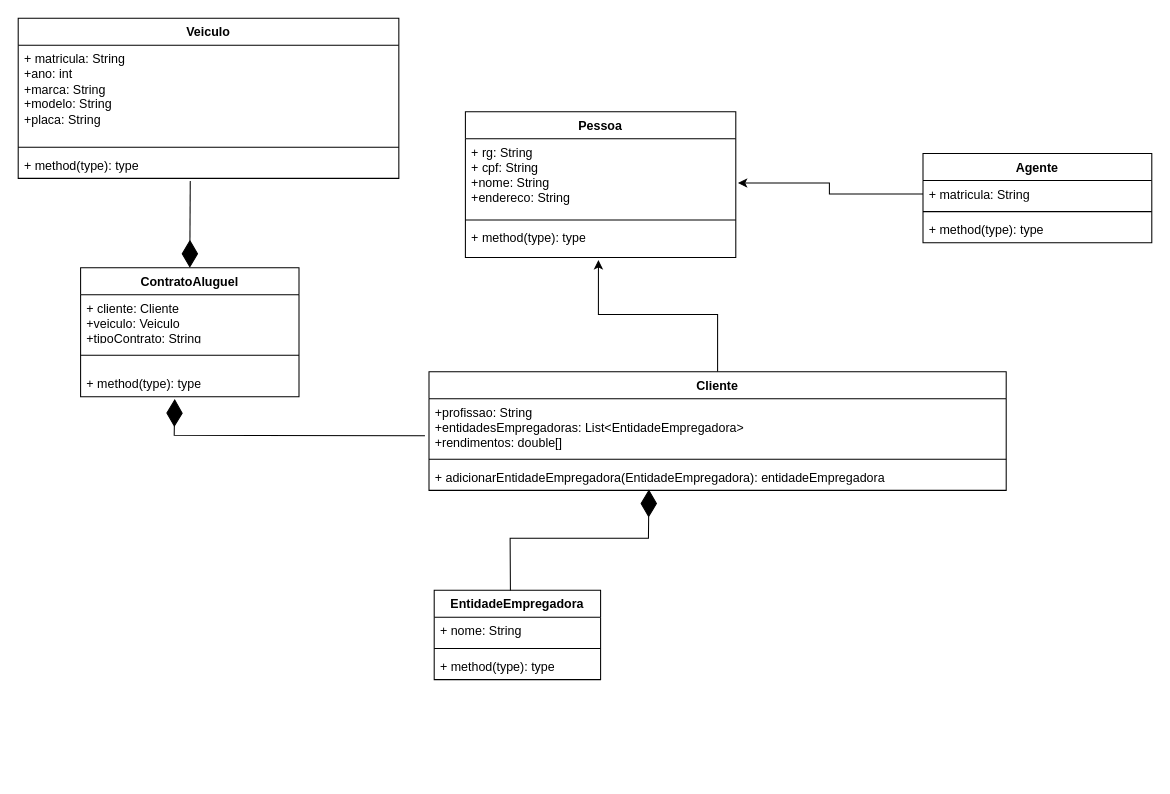
samuelincoln1/LDS-lab02 keeps this draw.io diagram as projeto/diagrama_classes.drawio. Above is the earlier version. Source tidied: cells renumbered, new cells numbered last; positions are measured from the earlier drawing's top-left corner, leaving out a move shared by most shapes. Both pictures are drawn from the tidied source at 104%, with x=0, y=0 at pixel (18, 18).
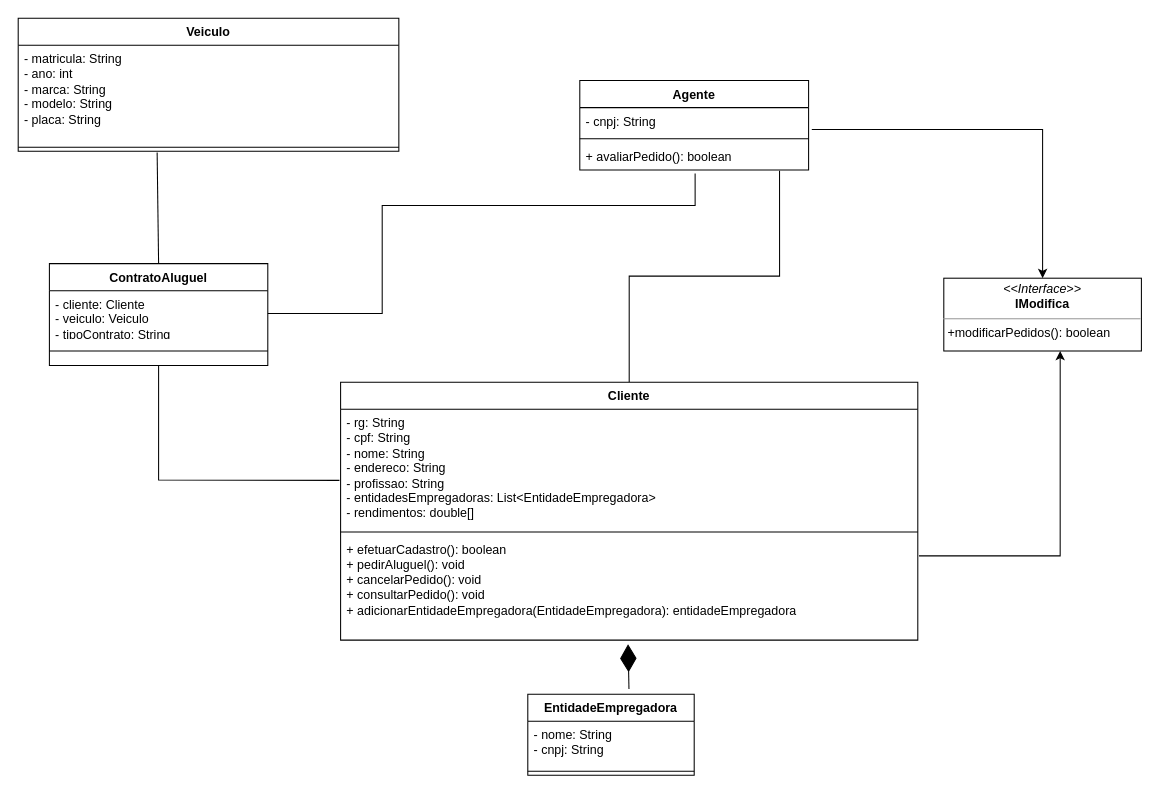
The same diagram, later.

Unchanged cells that the change refers to:
```xml
<mxCell id="23" style="line;strokeWidth=1;fillColor=none;align=left;verticalAlign=middle;spacingTop=-1;spacingLeft=3;spacingRight=3;labelPosition=right;points=[];portConstraint=eastwest;strokeColor=inherit;" parent="21" vertex="1">
  <mxGeometry y="120" width="366" height="8" as="geometry" />
</mxCell>
```

The edit, as a diff of the source:
```diff
@@
-    <mxCell id="2" value="Pessoa" style="swimlane;fontStyle=1;align=center;verticalAlign=top;horizontal=1;startSize=26;whiteSpace=wrap;html=1;" parent="1" vertex="1">
-      <mxGeometry x="430" y="90" width="260" height="140" as="geometry" />
-    </mxCell>
-    <mxCell id="3" value="+ rg: String&lt;br&gt;+ cpf: String&lt;br&gt;+nome: String&lt;br&gt;+endereco: String" style="text;strokeColor=none;fillColor=none;align=left;verticalAlign=top;spacingLeft=4;spacingRight=4;overflow=hidden;points=[[0,0.5],[1,0.5]];portConstraint=eastwest;whiteSpace=wrap;html=1;" parent="2" vertex="1">
-      <mxGeometry y="26" width="260" height="74" as="geometry" />
-    </mxCell>
-    <mxCell id="4" style="line;strokeWidth=1;fillColor=none;align=left;verticalAlign=middle;spacingTop=-1;spacingLeft=3;spacingRight=3;labelPosition=right;strokeColor=inherit;" parent="2" vertex="1">
-      <mxGeometry y="100" width="260" height="8" as="geometry" />
-    </mxCell>
-    <mxCell id="5" value="+ method(type): type" style="text;strokeColor=none;fillColor=none;align=left;verticalAlign=top;spacingLeft=4;spacingRight=4;overflow=hidden;points=[[0,0.5],[1,0.5]];portConstraint=eastwest;whiteSpace=wrap;html=1;" parent="2" vertex="1">
-      <mxGeometry y="108" width="260" height="32" as="geometry" />
-    </mxCell>
-    <mxCell id="6" style="edgeStyle=orthogonalEdgeStyle;rounded=0;jettySize=auto;html=1;entryX=0.492;entryY=1.08;entryDx=0;entryDy=0;entryPerimeter=0;" parent="1" edge="1" source="7" target="5">
+    <mxCell id="6" style="edgeStyle=orthogonalEdgeStyle;rounded=0;jettySize=auto;html=1;entryX=0.589;entryY=1;entryDx=0;entryDy=0;exitX=1.002;exitY=0.19;exitDx=0;exitDy=0;exitPerimeter=0;entryPerimeter=0;" parent="1" edge="1" source="10" target="33">
       <mxGeometry relative="1" as="geometry">
         <Array as="points">
-          <mxPoint x="672" y="285" />
-          <mxPoint x="558" y="285" />
+          <mxPoint x="1002" y="517" />
         </Array>
       </mxGeometry>
     </mxCell>
+    <mxCell id="31" style="edgeStyle=orthogonalEdgeStyle;rounded=0;jettySize=auto;html=1;entryX=0.873;entryY=1.027;entryDx=0;entryDy=0;entryPerimeter=0;endArrow=none;endFill=0;endSize=16;" parent="1" edge="1" source="7" target="14">
+      <mxGeometry relative="1" as="geometry" />
+    </mxCell>
     <mxCell id="7" value="Cliente" style="swimlane;fontStyle=1;align=center;verticalAlign=top;horizontal=1;startSize=26;whiteSpace=wrap;html=1;" parent="1" vertex="1">
-      <mxGeometry x="395" y="340" width="555" height="114" as="geometry" />
+      <mxGeometry x="310" y="350" width="555" height="248" as="geometry" />
     </mxCell>
-    <mxCell id="8" value="+profissao: String&lt;br&gt;+entidadesEmpregadoras: List&amp;lt;EntidadeEmpregadora&amp;gt;&lt;br&gt;+rendimentos: double[]" style="text;strokeColor=none;fillColor=none;align=left;verticalAlign=top;spacingLeft=4;spacingRight=4;overflow=hidden;points=[[0,0.5],[1,0.5]];portConstraint=eastwest;whiteSpace=wrap;html=1;" parent="7" vertex="1">
-      <mxGeometry y="26" width="555" height="54" as="geometry" />
+    <mxCell id="8" value="- rg: String&lt;br style=&quot;border-color: var(--border-color);&quot;&gt;- cpf: String&lt;br style=&quot;border-color: var(--border-color);&quot;&gt;- nome: String&lt;br style=&quot;border-color: var(--border-color);&quot;&gt;- endereco: String&lt;br&gt;- profissao: String&lt;br&gt;- entidadesEmpregadoras: List&amp;lt;EntidadeEmpregadora&amp;gt;&lt;br&gt;- rendimentos: double[]" style="text;strokeColor=none;fillColor=none;align=left;verticalAlign=top;spacingLeft=4;spacingRight=4;overflow=hidden;points=[[0,0.5],[1,0.5]];portConstraint=eastwest;whiteSpace=wrap;html=1;" parent="7" vertex="1">
+      <mxGeometry y="26" width="555" height="114" as="geometry" />
     </mxCell>
     <mxCell id="9" style="line;strokeWidth=1;fillColor=none;align=left;verticalAlign=middle;spacingTop=-1;spacingLeft=3;spacingRight=3;labelPosition=right;strokeColor=inherit;" parent="7" vertex="1">
-      <mxGeometry y="80" width="555" height="8" as="geometry" />
+      <mxGeometry y="140" width="555" height="8" as="geometry" />
     </mxCell>
-    <mxCell id="10" value="+ adicionarEntidadeEmpregadora(EntidadeEmpregadora): entidadeEmpregadora" style="text;strokeColor=none;fillColor=none;align=left;verticalAlign=top;spacingLeft=4;spacingRight=4;overflow=hidden;points=[[0,0.5],[1,0.5]];portConstraint=eastwest;whiteSpace=wrap;html=1;" parent="7" vertex="1">
-      <mxGeometry y="88" width="555" height="26" as="geometry" />
+    <mxCell id="10" value="+ efetuarCadastro(): boolean&lt;br&gt;+ pedirAluguel(): void&lt;br&gt;+ cancelarPedido(): void&lt;br&gt;+ consultarPedido(): void&lt;br&gt;+ adicionarEntidadeEmpregadora(EntidadeEmpregadora): entidadeEmpregadora" style="text;strokeColor=none;fillColor=none;align=left;verticalAlign=top;spacingLeft=4;spacingRight=4;overflow=hidden;points=[[0,0.5],[1,0.5]];portConstraint=eastwest;whiteSpace=wrap;html=1;" parent="7" vertex="1">
+      <mxGeometry y="148" width="555" height="100" as="geometry" />
     </mxCell>
+    <mxCell id="32" style="edgeStyle=orthogonalEdgeStyle;rounded=0;jettySize=auto;html=1;endArrow=none;endFill=0;endSize=18;exitX=0.504;exitY=1.131;exitDx=0;exitDy=0;exitPerimeter=0;entryX=1;entryY=0.5;entryDx=0;entryDy=0;" parent="1" edge="1" source="14" target="26">
+      <mxGeometry relative="1" as="geometry">
+        <Array as="points">
+          <mxPoint x="651" y="180" />
+          <mxPoint x="350" y="180" />
+          <mxPoint x="350" y="284" />
+        </Array>
+      </mxGeometry>
+    </mxCell>
     <mxCell id="11" value="Agente" style="swimlane;fontStyle=1;align=center;verticalAlign=top;horizontal=1;startSize=26;whiteSpace=wrap;html=1;" parent="1" vertex="1">
-      <mxGeometry x="870" y="130" width="220" height="86" as="geometry" />
+      <mxGeometry x="540" y="60" width="220" height="86" as="geometry" />
     </mxCell>
-    <mxCell id="12" value="+ matricula: String" style="text;strokeColor=none;fillColor=none;align=left;verticalAlign=top;spacingLeft=4;spacingRight=4;overflow=hidden;points=[[0,0.5],[1,0.5]];portConstraint=eastwest;whiteSpace=wrap;html=1;" parent="11" vertex="1">
+    <mxCell id="12" value="- cnpj: String" style="text;strokeColor=none;fillColor=none;align=left;verticalAlign=top;spacingLeft=4;spacingRight=4;overflow=hidden;points=[[0,0.5],[1,0.5]];portConstraint=eastwest;whiteSpace=wrap;html=1;" parent="11" vertex="1">
       <mxGeometry y="26" width="220" height="26" as="geometry" />
     </mxCell>
@@
-    <mxCell id="14" value="+ method(type): type" style="text;strokeColor=none;fillColor=none;align=left;verticalAlign=top;spacingLeft=4;spacingRight=4;overflow=hidden;points=[[0,0.5],[1,0.5]];portConstraint=eastwest;whiteSpace=wrap;html=1;" parent="11" vertex="1">
+    <mxCell id="14" value="+ avaliarPedido(): boolean" style="text;strokeColor=none;fillColor=none;align=left;verticalAlign=top;spacingLeft=4;spacingRight=4;overflow=hidden;points=[[0,0.5],[1,0.5]];portConstraint=eastwest;whiteSpace=wrap;html=1;" parent="11" vertex="1">
       <mxGeometry y="60" width="220" height="26" as="geometry" />
     </mxCell>
-    <mxCell id="15" style="edgeStyle=orthogonalEdgeStyle;rounded=0;jettySize=auto;html=1;entryX=1.008;entryY=0.574;entryDx=0;entryDy=0;entryPerimeter=0;" parent="1" edge="1" source="12" target="3">
-      <mxGeometry relative="1" as="geometry" />
+    <mxCell id="15" style="edgeStyle=orthogonalEdgeStyle;rounded=0;jettySize=auto;html=1;exitX=1.014;exitY=0.808;exitDx=0;exitDy=0;exitPerimeter=0;" parent="1" edge="1" source="12" target="33">
+      <mxGeometry relative="1" as="geometry">
+        <Array as="points">
+          <mxPoint x="985" y="107" />
+        </Array>
+      </mxGeometry>
     </mxCell>
     <mxCell id="16" value="EntidadeEmpregadora" style="swimlane;fontStyle=1;align=center;verticalAlign=top;horizontal=1;startSize=26;whiteSpace=wrap;html=1;" parent="1" vertex="1">
-      <mxGeometry x="400" y="550" width="160" height="86" as="geometry" />
+      <mxGeometry x="490" y="650" width="160" height="78" as="geometry" />
     </mxCell>
-    <mxCell id="17" value="+ nome: String" style="text;strokeColor=none;fillColor=none;align=left;verticalAlign=top;spacingLeft=4;spacingRight=4;overflow=hidden;whiteSpace=wrap;html=1;" parent="16" vertex="1">
-      <mxGeometry y="26" width="160" height="26" as="geometry" />
+    <mxCell id="17" value="- nome: String&lt;br&gt;- cnpj: String" style="text;strokeColor=none;fillColor=none;align=left;verticalAlign=top;spacingLeft=4;spacingRight=4;overflow=hidden;whiteSpace=wrap;html=1;" parent="16" vertex="1">
+      <mxGeometry y="26" width="160" height="44" as="geometry" />
     </mxCell>
     <mxCell id="18" style="line;strokeWidth=1;fillColor=none;align=left;verticalAlign=middle;spacingTop=-1;spacingLeft=3;spacingRight=3;labelPosition=right;strokeColor=inherit;" parent="16" vertex="1">
-      <mxGeometry y="52" width="160" height="8" as="geometry" />
+      <mxGeometry y="70" width="160" height="8" as="geometry" />
     </mxCell>
-    <mxCell id="19" value="+ method(type): type" style="text;strokeColor=none;fillColor=none;align=left;verticalAlign=top;spacingLeft=4;spacingRight=4;overflow=hidden;whiteSpace=wrap;html=1;" parent="16" vertex="1">
-      <mxGeometry y="60" width="160" height="26" as="geometry" />
-    </mxCell>
-    <mxCell id="20" style="endArrow=diamondThin;endFill=1;endSize=24;html=1;rounded=0;exitX=0.458;exitY=0.003;exitDx=0;exitDy=0;exitPerimeter=0;entryX=0.381;entryY=0.968;entryDx=0;entryDy=0;entryPerimeter=0;" parent="1" edge="1" source="16" target="10">
-      <mxGeometry relative="1" as="geometry">
-        <Array as="points">
-          <mxPoint x="473" y="500" />
-          <mxPoint x="606" y="500" />
-        </Array>
-      </mxGeometry>
-    </mxCell>
     <mxCell id="21" value="Veiculo" style="swimlane;fontStyle=1;align=center;verticalAlign=top;horizontal=1;startSize=26;whiteSpace=wrap;html=1;" parent="1" vertex="1">
-      <mxGeometry width="366" height="154" as="geometry" />
+      <mxGeometry width="366" height="128" as="geometry" />
     </mxCell>
-    <mxCell id="22" value="+ matricula: String&lt;br&gt;+ano: int&lt;br&gt;+marca: String&lt;br&gt;+modelo: String&lt;br&gt;+placa: String" style="text;strokeColor=none;fillColor=none;align=left;verticalAlign=top;spacingLeft=4;spacingRight=4;overflow=hidden;whiteSpace=wrap;html=1;" parent="21" vertex="1">
+    <mxCell id="22" value="- matricula: String&lt;br&gt;- ano: int&lt;br&gt;- marca: String&lt;br&gt;- modelo: String&lt;br&gt;- placa: String" style="text;strokeColor=none;fillColor=none;align=left;verticalAlign=top;spacingLeft=4;spacingRight=4;overflow=hidden;whiteSpace=wrap;html=1;" parent="21" vertex="1">
       <mxGeometry y="26" width="366" height="94" as="geometry" />
     </mxCell>
@@
-    <mxCell id="24" value="+ method(type): type" style="text;strokeColor=none;fillColor=none;align=left;verticalAlign=top;spacingLeft=4;spacingRight=4;overflow=hidden;points=[[0,0.5],[1,0.5]];portConstraint=eastwest;whiteSpace=wrap;html=1;" parent="21" vertex="1">
-      <mxGeometry y="128" width="366" height="26" as="geometry" />
-    </mxCell>
     <mxCell id="25" value="ContratoAluguel" style="swimlane;fontStyle=1;align=center;verticalAlign=top;horizontal=1;startSize=26;whiteSpace=wrap;html=1;" parent="1" vertex="1">
-      <mxGeometry x="60" y="240" width="210" height="124" as="geometry" />
+      <mxGeometry x="30" y="236" width="210" height="98" as="geometry" />
     </mxCell>
-    <mxCell id="26" value="+ cliente: Cliente&lt;br&gt;+veiculo: Veiculo&lt;br&gt;+tipoContrato: String" style="text;strokeColor=none;fillColor=none;align=left;verticalAlign=top;spacingLeft=4;spacingRight=4;overflow=hidden;points=[[0,0.5],[1,0.5]];portConstraint=eastwest;whiteSpace=wrap;html=1;" parent="25" vertex="1">
+    <mxCell id="26" value="- cliente: Cliente&lt;br&gt;- veiculo: Veiculo&lt;br&gt;- tipoContrato: String" style="text;strokeColor=none;fillColor=none;align=left;verticalAlign=top;spacingLeft=4;spacingRight=4;overflow=hidden;points=[[0,0.5],[1,0.5]];portConstraint=eastwest;whiteSpace=wrap;html=1;" parent="25" vertex="1">
       <mxGeometry y="26" width="210" height="44" as="geometry" />
     </mxCell>
@@
-    <mxCell id="28" value="+ method(type): type" style="text;strokeColor=none;fillColor=none;align=left;verticalAlign=top;spacingLeft=4;spacingRight=4;overflow=hidden;points=[[0,0.5],[1,0.5]];portConstraint=eastwest;whiteSpace=wrap;html=1;" parent="25" vertex="1">
-      <mxGeometry y="98" width="210" height="26" as="geometry" />
-    </mxCell>
-    <mxCell id="29" style="endArrow=diamondThin;endFill=1;endSize=24;html=1;rounded=0;exitX=0.452;exitY=1.097;exitDx=0;exitDy=0;exitPerimeter=0;entryX=0.5;entryY=0;entryDx=0;entryDy=0;" parent="1" edge="1" source="24" target="25">
+    <mxCell id="29" style="endArrow=none;endFill=0;endSize=24;html=1;rounded=0;entryX=0.5;entryY=0;entryDx=0;entryDy=0;exitX=0.365;exitY=1.132;exitDx=0;exitDy=0;exitPerimeter=0;" parent="1" edge="1" source="23" target="25">
       <mxGeometry relative="1" as="geometry" />
     </mxCell>
-    <mxCell id="30" style="endArrow=diamondThin;endFill=1;endSize=24;html=1;rounded=0;entryX=0.431;entryY=1.083;entryDx=0;entryDy=0;entryPerimeter=0;exitX=-0.007;exitY=0.657;exitDx=0;exitDy=0;exitPerimeter=0;" parent="1" edge="1" source="8" target="28">
+    <mxCell id="30" style="endArrow=none;endFill=0;endSize=24;html=1;rounded=0;entryX=0.5;entryY=1;entryDx=0;entryDy=0;exitX=-0.002;exitY=0.6;exitDx=0;exitDy=0;exitPerimeter=0;" parent="1" edge="1" source="8" target="25">
       <mxGeometry relative="1" as="geometry">
         <Array as="points">
-          <mxPoint x="150" y="401" />
+          <mxPoint x="135" y="444" />
         </Array>
       </mxGeometry>
     </mxCell>
+    <mxCell id="33" value="&lt;p style=&quot;margin:0px;margin-top:4px;text-align:center;&quot;&gt;&lt;i&gt;&amp;lt;&amp;lt;Interface&amp;gt;&amp;gt;&lt;/i&gt;&lt;br&gt;&lt;b&gt;IModifica&lt;/b&gt;&lt;/p&gt;&lt;hr size=&quot;1&quot;&gt;&lt;p style=&quot;margin:0px;margin-left:4px;&quot;&gt;+modificarPedidos(): boolean&lt;br&gt;&lt;/p&gt;" style="verticalAlign=top;align=left;overflow=fill;fontSize=12;fontFamily=Helvetica;html=1;whiteSpace=wrap;" parent="1" vertex="1">
+      <mxGeometry x="890" y="250" width="190" height="70" as="geometry" />
+    </mxCell>
+    <mxCell id="20" style="endArrow=diamondThin;endFill=1;endSize=24;html=1;rounded=0;exitX=0.608;exitY=-0.065;exitDx=0;exitDy=0;exitPerimeter=0;entryX=0.498;entryY=1.04;entryDx=0;entryDy=0;entryPerimeter=0;" parent="1" edge="1" source="16" target="10">
+      <mxGeometry relative="1" as="geometry" />
+    </mxCell>
```
